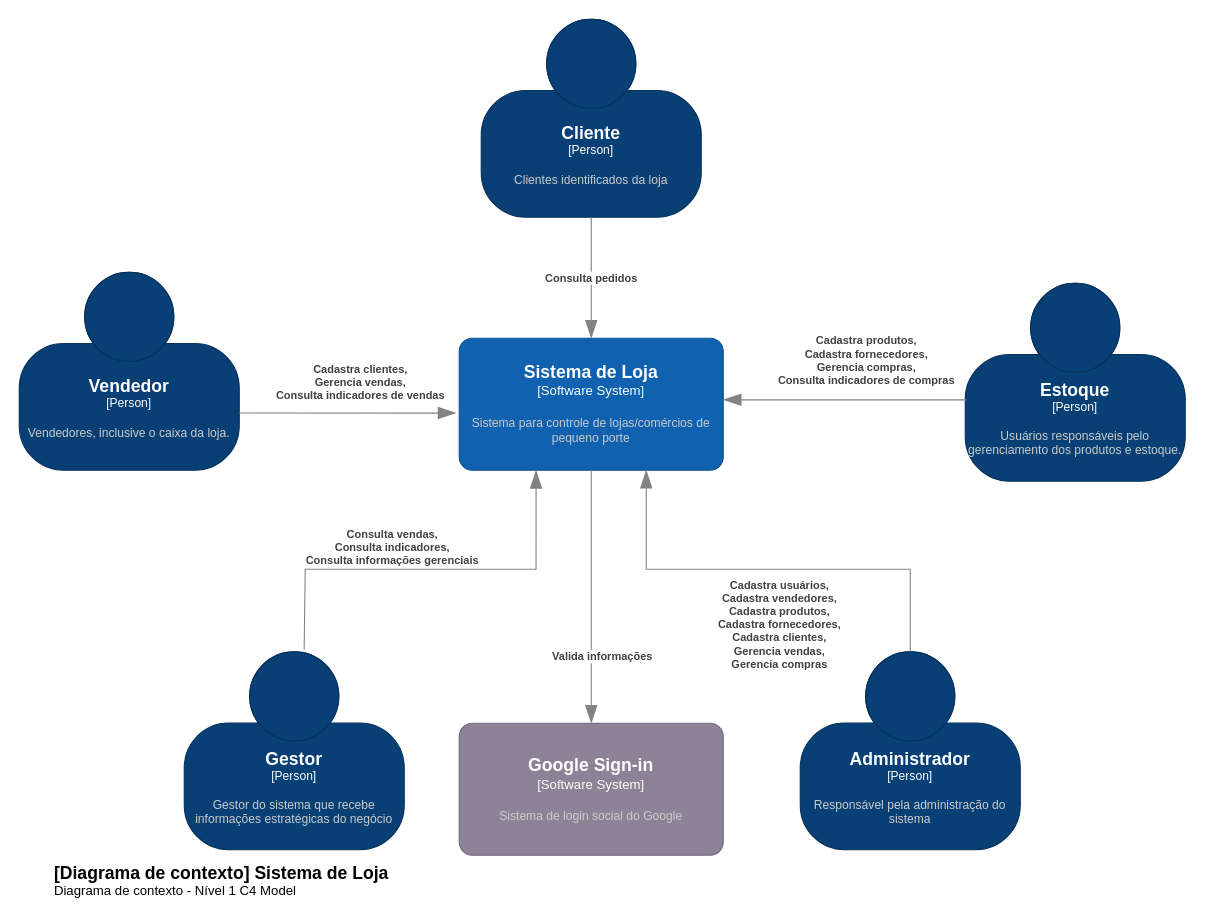
The draw.io diagram page "Nível 1 - Contexto" (1 of 4) of projeto/documentacao/C4Model.drawio in adjamirgalvao/pucminas, before the edit. Source tidied: cells renumbered, new cells numbered last; positions are measured from the earlier drawing's top-left corner, leaving out a move shared by most shapes. Both pictures are drawn from the tidied source at 110%, with x=0, y=0 at pixel (19, 19).
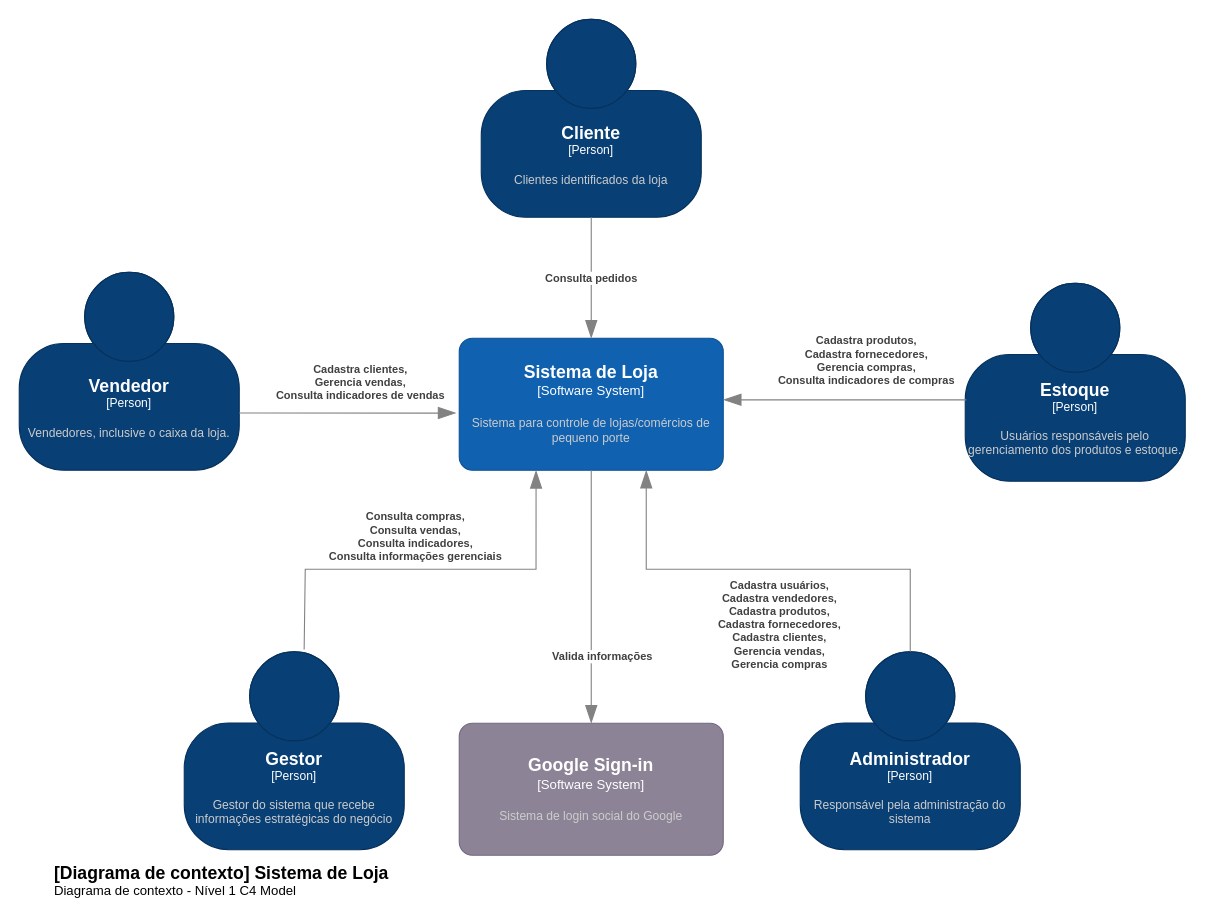
Above is the later version.

The change refers to these unchanged cells:
```xml
<object id="3" label="&lt;font style=&quot;font-size: 16px&quot;&gt;&lt;b&gt;%c4Name%&lt;/b&gt;&lt;/font&gt;&lt;div&gt;[%c4Type%]&lt;/div&gt;&lt;br&gt;&lt;div&gt;&lt;font style=&quot;font-size: 11px&quot;&gt;&lt;font color=&quot;#cccccc&quot;&gt;%c4Description%&lt;/font&gt;&lt;/div&gt;" c4Description="Sistema para controle de lojas/comércios de pequeno porte" c4Name="Sistema de Loja" c4Type="Software System" placeholders="1">
  <mxCell style="rounded=1;whiteSpace=wrap;html=1;labelBackgroundColor=none;fillColor=#1061B0;fontColor=#ffffff;align=center;arcSize=10;strokeColor=#0D5091;points=[[0.25,0,0],[0.5,0,0],[0.75,0,0],[1,0.25,0],[1,0.5,0],[1,0.75,0],[0.75,1,0],[0.5,1,0],[0.25,1,0],[0,0.75,0],[0,0.5,0],[0,0.25,0]];" parent="1" vertex="1">
    <mxGeometry x="400" y="290" width="240" height="120" as="geometry" />
  </mxCell>
</object>
<object id="8" label="&lt;font style=&quot;font-size: 16px&quot;&gt;&lt;b&gt;%c4Name%&lt;/b&gt;&lt;/font&gt;&lt;div&gt;[%c4Type%]&lt;/div&gt;&lt;br&gt;&lt;div&gt;&lt;font style=&quot;font-size: 11px&quot;&gt;&lt;font color=&quot;#cccccc&quot;&gt;%c4Description%&lt;/font&gt;&lt;/div&gt;" c4Description="Gestor do sistema que recebe informações estratégicas do negócio" c4Name="Gestor" c4Type="Person" placeholders="1">
  <mxCell style="html=1;fontSize=11;dashed=0;whiteSpace=wrap;fillColor=#083F75;strokeColor=#06315C;fontColor=#ffffff;shape=mxgraph.c4.person2;align=center;points=[[0.5,0,0],[1,0.5,0],[1,0.75,0],[0.75,1,0],[0.5,1,0],[0.25,1,0],[0,0.75,0],[0,0.5,0]];" parent="1" vertex="1">
    <mxGeometry x="150" y="575" width="200" height="180" as="geometry" />
  </mxCell>
</object>
```

Change to the diagram source:
```diff
@@
-    <object id="9" label="&lt;div style=&quot;text-align: left&quot;&gt;&lt;div style=&quot;text-align: center&quot;&gt;&lt;b&gt;%c4Description%&lt;/b&gt;&lt;/div&gt;" c4Description="Consulta vendas, &#10;Consulta indicadores,&#10;Consulta informações gerenciais" placeholders="1">
+    <object id="9" label="&lt;div style=&quot;text-align: left&quot;&gt;&lt;div style=&quot;text-align: center&quot;&gt;&lt;b&gt;%c4Description%&lt;/b&gt;&lt;/div&gt;" c4Description="Consulta compras,&#10;Consulta vendas, &#10;Consulta indicadores,&#10;Consulta informações gerenciais" placeholders="1">
       <mxCell style="endArrow=blockThin;html=1;fontSize=10;fontColor=#404040;strokeWidth=1;endFill=1;strokeColor=#828282;elbow=vertical;endSize=14;startSize=14;jumpStyle=arc;jumpSize=16;rounded=0;edgeStyle=orthogonalEdgeStyle;exitX=0.545;exitY=-0.011;exitDx=0;exitDy=0;exitPerimeter=0;entryX=0.291;entryY=1.001;entryDx=0;entryDy=0;entryPerimeter=0;" parent="1" edge="1" source="8" target="3">
-        <mxGeometry x="-0.18" y="20" relative="1" as="geometry">
+        <mxGeometry x="-0.07" y="30" relative="1" as="geometry">
           <Array as="points">
             <mxPoint x="260" y="500" />
             <mxPoint x="470" y="500" />
           </Array>
         </mxGeometry>
       </mxCell>
     </object>
```
